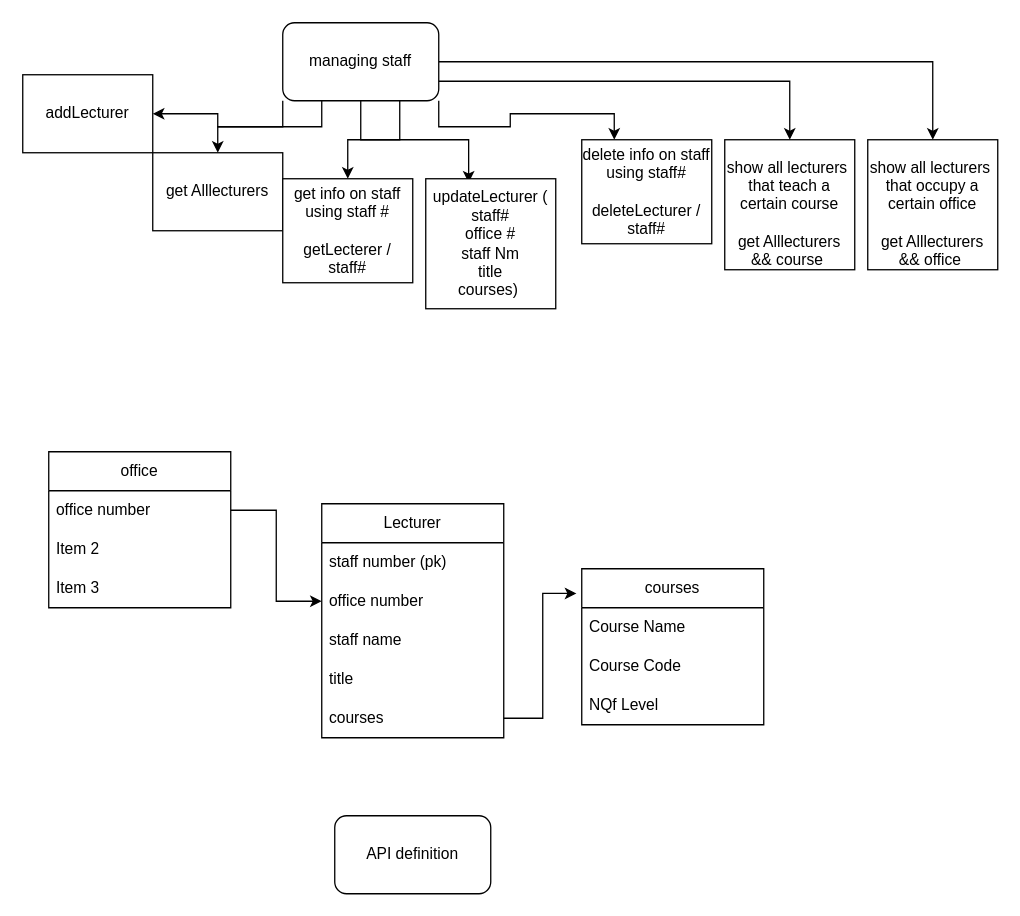
The draw.io diagram Question 1/Q1Diagram.drawio in frans-nekongo/DSA_ASSIGNMENT_2023, before the edit. Source tidied: cells renumbered, new cells numbered last; positions are measured from the earlier drawing's top-left corner, leaving out a move shared by most shapes. Both pictures are drawn from the tidied source at 130%, with x=0, y=0 at pixel (22, 22).
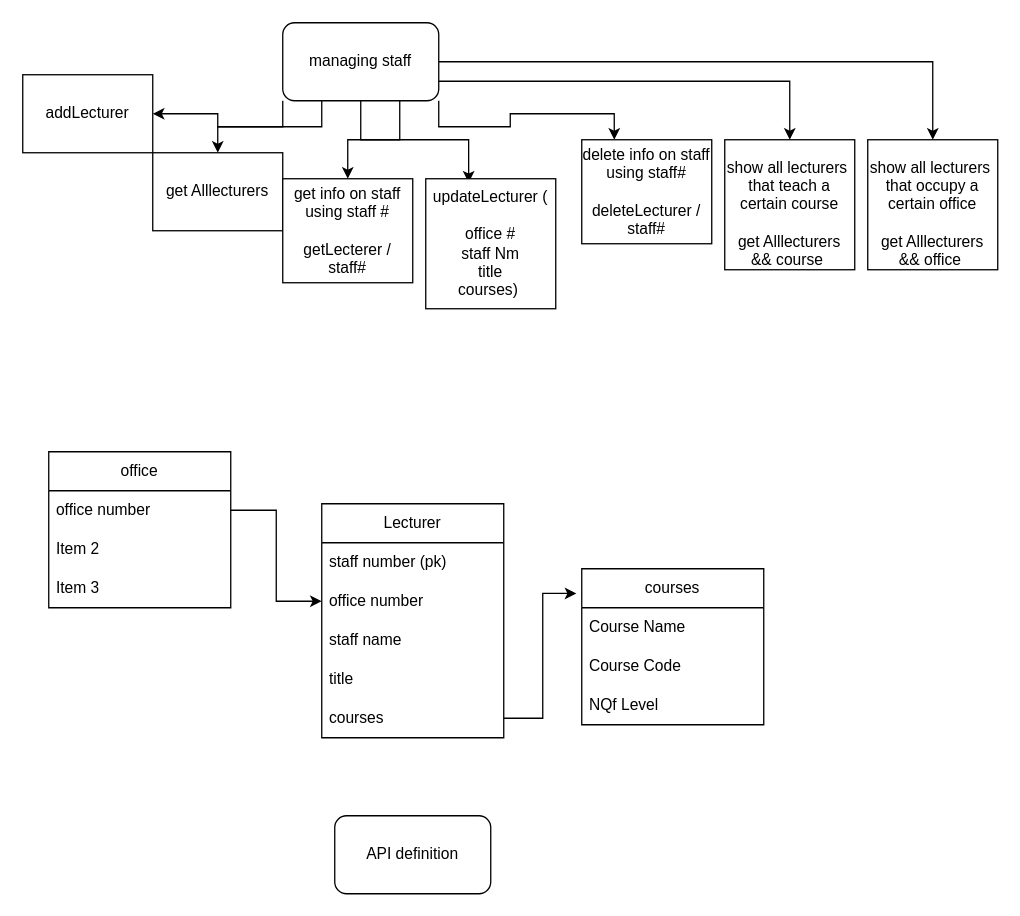
The same diagram, later.

The edit, as a diff of the source:
```diff
@@
-    <mxCell id="26" value="updateLecturer (&lt;br&gt;staff#&lt;br&gt;office #&lt;br&gt;staff Nm&lt;br&gt;title&lt;br&gt;courses)&amp;nbsp;" style="rounded=0;whiteSpace=wrap;html=1;" parent="1" vertex="1">
+    <mxCell id="26" value="updateLecturer (&lt;br&gt;&lt;br&gt;office #&lt;br&gt;staff Nm&lt;br&gt;title&lt;br&gt;courses)&amp;nbsp;" style="rounded=0;whiteSpace=wrap;html=1;" parent="1" vertex="1">
       <mxGeometry x="310" y="120" width="100" height="100" as="geometry" />
     </mxCell>
```
